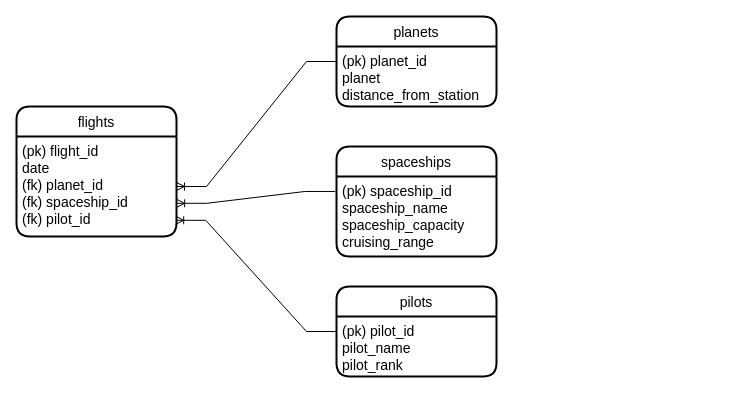
Kolesa-Education/kolesa-upgrade-homework-4 keeps this draw.io diagram as kolesa-homework4-part1.drawio. Above is the earlier version. Source tidied: cells renumbered, new cells numbered last; positions are measured from the earlier drawing's top-left corner, leaving out a move shared by most shapes. Both pictures are drawn from the tidied source at 100%, with x=0, y=0 at pixel (16, 16).
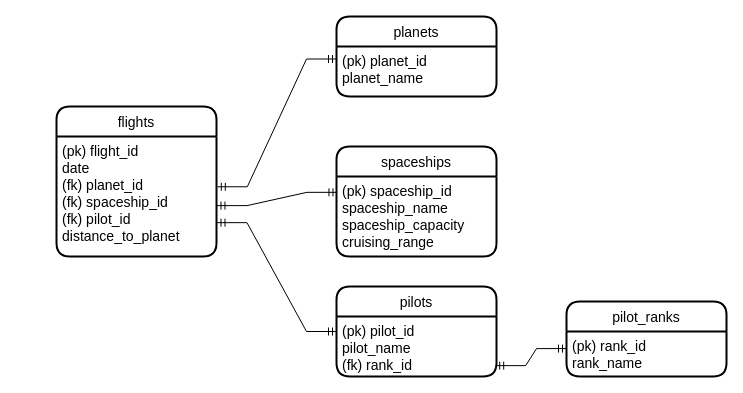
After the change.

Diff of the diagram source:
```diff
@@
 <mxGraphModel>
   <root>
     <mxCell id="0" />
     <mxCell id="1" parent="0" />
     <mxCell id="2" value="flights" style="swimlane;horizontal=1;startSize=30;rounded=1;fontSize=14;fontStyle=0;strokeWidth=2;shadow=0;dashed=0;align=center;" parent="1" vertex="1">
-      <mxGeometry y="90" width="160" height="130" as="geometry" />
+      <mxGeometry x="40" y="90" width="160" height="150" as="geometry" />
     </mxCell>
-    <mxCell id="3" value="(pk) flight_id&#10;date&#10;(fk) planet_id&#10;(fk) spaceship_id&#10;(fk) pilot_id" style="align=left;strokeColor=none;fillColor=none;spacingLeft=4;fontSize=14;verticalAlign=top;" parent="2" vertex="1">
-      <mxGeometry y="30" width="160" height="100" as="geometry" />
+    <mxCell id="3" value="(pk) flight_id&#10;date&#10;(fk) planet_id&#10;(fk) spaceship_id&#10;(fk) pilot_id&#10;distance_to_planet" style="align=left;strokeColor=none;fillColor=none;spacingLeft=4;fontSize=14;verticalAlign=top;" parent="2" vertex="1">
+      <mxGeometry y="30" width="160" height="120" as="geometry" />
     </mxCell>
     <mxCell id="4" value="spaceships" style="swimlane;horizontal=1;startSize=30;rounded=1;fontSize=14;fontStyle=0;strokeWidth=2;shadow=0;dashed=0;align=center;" parent="1" vertex="1">
       <mxGeometry x="320" y="130" width="160" height="110" as="geometry" />
     </mxCell>
     <mxCell id="5" value="(pk) spaceship_id&#10;spaceship_name&#10;spaceship_capacity&#10;cruising_range" style="align=left;strokeColor=none;fillColor=none;spacingLeft=4;fontSize=14;verticalAlign=top;" parent="4" vertex="1">
       <mxGeometry y="30" width="160" height="80" as="geometry" />
     </mxCell>
     <mxCell id="6" value="pilots" style="swimlane;horizontal=1;startSize=30;rounded=1;fontSize=14;fontStyle=0;strokeWidth=2;shadow=0;dashed=0;align=center;" parent="1" vertex="1">
       <mxGeometry x="320" y="270" width="160" height="90" as="geometry" />
     </mxCell>
-    <mxCell id="7" value="(pk) pilot_id&#10;pilot_name&#10;pilot_rank" style="align=left;strokeColor=none;fillColor=none;spacingLeft=4;fontSize=14;verticalAlign=top;" parent="6" vertex="1">
+    <mxCell id="7" value="(pk) pilot_id&#10;pilot_name&#10;(fk) rank_id" style="align=left;strokeColor=none;fillColor=none;spacingLeft=4;fontSize=14;verticalAlign=top;" parent="6" vertex="1">
       <mxGeometry y="30" width="160" height="60" as="geometry" />
     </mxCell>
     <mxCell id="8" value="planets" style="swimlane;horizontal=1;startSize=30;rounded=1;fontSize=14;fontStyle=0;strokeWidth=2;shadow=0;dashed=0;align=center;" parent="1" vertex="1">
-      <mxGeometry x="320" width="160" height="90" as="geometry" />
+      <mxGeometry x="320" width="160" height="80" as="geometry" />
     </mxCell>
-    <mxCell id="9" value="(pk) planet_id&#10;planet&#10;distance_from_station" style="align=left;strokeColor=none;fillColor=none;spacingLeft=4;fontSize=14;verticalAlign=top;" parent="8" vertex="1">
-      <mxGeometry y="30" width="160" height="60" as="geometry" />
+    <mxCell id="9" value="(pk) planet_id&#10;planet_name" style="align=left;strokeColor=none;fillColor=none;spacingLeft=4;fontSize=14;verticalAlign=top;" parent="8" vertex="1">
+      <mxGeometry y="30" width="160" height="50" as="geometry" />
     </mxCell>
-    <mxCell id="10" style="edgeStyle=entityRelationEdgeStyle;fontSize=12;html=1;endArrow=ERoneToMany;rounded=0;exitX=0;exitY=0.25;exitDx=0;exitDy=0;entryX=1;entryY=0.5;entryDx=0;entryDy=0;" parent="1" edge="1" source="9" target="3">
-      <mxGeometry relative="1" as="geometry" />
-    </mxCell>
-    <mxCell id="11" style="edgeStyle=entityRelationEdgeStyle;fontSize=12;html=1;endArrow=ERoneToMany;rounded=0;exitX=-0.008;exitY=0.187;exitDx=0;exitDy=0;entryX=1.001;entryY=0.668;entryDx=0;entryDy=0;entryPerimeter=0;exitPerimeter=0;" parent="1" edge="1" source="5" target="3">
-      <mxGeometry relative="1" as="geometry" />
-    </mxCell>
-    <mxCell id="12" style="edgeStyle=entityRelationEdgeStyle;fontSize=12;html=1;endArrow=ERoneToMany;rounded=0;exitX=0;exitY=0.25;exitDx=0;exitDy=0;entryX=0.995;entryY=0.838;entryDx=0;entryDy=0;entryPerimeter=0;" parent="1" edge="1" source="7" target="3">
-      <mxGeometry relative="1" as="geometry" />
-    </mxCell>
+    <mxCell id="13" value="pilot_ranks" style="swimlane;horizontal=1;startSize=30;rounded=1;fontSize=14;fontStyle=0;strokeWidth=2;shadow=0;dashed=0;align=center;" parent="1" vertex="1">
+      <mxGeometry x="550" y="285" width="160" height="75" as="geometry" />
+    </mxCell>
+    <mxCell id="14" value="(pk) rank_id&#10;rank_name" style="align=left;strokeColor=none;fillColor=none;spacingLeft=4;fontSize=14;verticalAlign=top;" parent="13" vertex="1">
+      <mxGeometry y="30" width="160" height="45" as="geometry" />
+    </mxCell>
+    <mxCell id="15" style="edgeStyle=entityRelationEdgeStyle;fontSize=12;html=1;endArrow=ERmandOne;startArrow=ERmandOne;rounded=0;exitX=0.995;exitY=0.819;exitDx=0;exitDy=0;entryX=0;entryY=0.38;entryDx=0;entryDy=0;entryPerimeter=0;exitPerimeter=0;" parent="1" edge="1" source="7" target="14">
+      <mxGeometry relative="1" as="geometry" />
+    </mxCell>
+    <mxCell id="16" style="edgeStyle=entityRelationEdgeStyle;fontSize=12;html=1;endArrow=ERmandOne;startArrow=ERmandOne;rounded=0;exitX=1.003;exitY=0.718;exitDx=0;exitDy=0;entryX=0;entryY=0.25;entryDx=0;entryDy=0;exitPerimeter=0;" parent="1" edge="1" source="3" target="7">
+      <mxGeometry relative="1" as="geometry" />
+    </mxCell>
+    <mxCell id="17" style="edgeStyle=entityRelationEdgeStyle;fontSize=12;html=1;endArrow=ERmandOne;startArrow=ERmandOne;rounded=0;entryX=0.003;entryY=0.198;entryDx=0;entryDy=0;entryPerimeter=0;exitX=1.003;exitY=0.576;exitDx=0;exitDy=0;exitPerimeter=0;" parent="1" edge="1" source="3" target="5">
+      <mxGeometry relative="1" as="geometry" />
+    </mxCell>
+    <mxCell id="18" style="edgeStyle=entityRelationEdgeStyle;fontSize=12;html=1;endArrow=ERmandOne;startArrow=ERmandOne;rounded=0;entryX=0;entryY=0.25;entryDx=0;entryDy=0;exitX=1.005;exitY=0.419;exitDx=0;exitDy=0;exitPerimeter=0;" parent="1" edge="1" source="3" target="9">
+      <mxGeometry relative="1" as="geometry" />
+    </mxCell>
   </root>
 </mxGraphModel>
```
